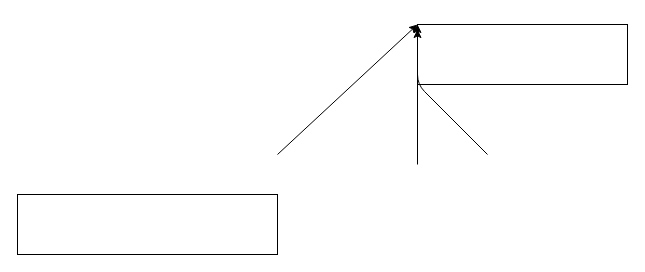
Earlier version of the draw.io diagram Enterhaken.drawio (AndreGrevinga/PrimaWS2019). Source tidied: cells renumbered, new cells numbered last; positions are measured from the earlier drawing's top-left corner, leaving out a move shared by most shapes. Both pictures are drawn from the tidied source at 100%, with x=0, y=0 at pixel (17, 24).
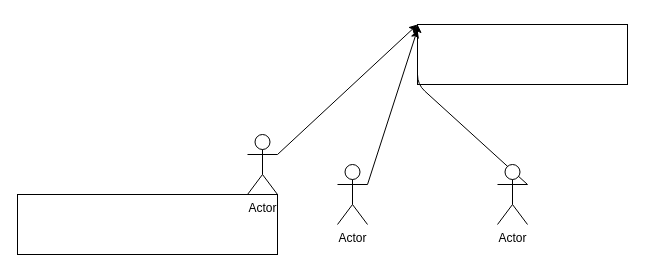
Above is the later version.

Change to the diagram source:
```diff
@@
 <mxGraphModel>
   <root>
     <mxCell id="0" />
     <mxCell id="1" parent="0" />
     <mxCell id="2" style="rounded=0;whiteSpace=wrap;html=1;" parent="1" vertex="1">
       <mxGeometry x="400" width="210" height="60" as="geometry" />
     </mxCell>
     <mxCell id="3" style="rounded=0;whiteSpace=wrap;html=1;" parent="1" vertex="1">
       <mxGeometry y="170" width="260" height="60" as="geometry" />
     </mxCell>
-    <mxCell id="4" style="endArrow=classic;html=1;" parent="1" edge="1">
+    <mxCell id="4" style="endArrow=classic;html=1;exitX=1;exitY=0.3333333333333333;exitDx=0;exitDy=0;exitPerimeter=0;" parent="1" edge="1" source="7">
       <mxGeometry relative="1" as="geometry">
-        <mxPoint x="260" y="130" as="sourcePoint" />
         <mxPoint x="400" as="targetPoint" />
       </mxGeometry>
     </mxCell>
-    <mxCell id="5" style="endArrow=classic;html=1;" parent="1" edge="1">
+    <mxCell id="5" style="endArrow=classic;html=1;exitX=1;exitY=0.3333333333333333;exitDx=0;exitDy=0;exitPerimeter=0;" parent="1" edge="1" source="8">
       <mxGeometry relative="1" as="geometry">
-        <mxPoint x="400" y="140" as="sourcePoint" />
         <mxPoint x="400" y="5" as="targetPoint" />
       </mxGeometry>
     </mxCell>
-    <mxCell id="6" style="endArrow=classic;html=1;" parent="1" edge="1">
+    <mxCell id="6" style="endArrow=classic;html=1;exitX=1;exitY=0.3333333333333333;exitDx=0;exitDy=0;exitPerimeter=0;" parent="1" edge="1" source="9">
       <mxGeometry relative="1" as="geometry">
-        <mxPoint x="470" y="130" as="sourcePoint" />
         <mxPoint x="400" as="targetPoint" />
         <Array as="points">
           <mxPoint x="400" y="60" />
         </Array>
       </mxGeometry>
     </mxCell>
+    <mxCell id="7" value="Actor" style="shape=umlActor;verticalLabelPosition=bottom;labelBackgroundColor=#ffffff;verticalAlign=top;html=1;outlineConnect=0;" parent="1" vertex="1">
+      <mxGeometry x="230" y="110" width="30" height="60" as="geometry" />
+    </mxCell>
+    <mxCell id="8" value="Actor" style="shape=umlActor;verticalLabelPosition=bottom;labelBackgroundColor=#ffffff;verticalAlign=top;html=1;outlineConnect=0;" parent="1" vertex="1">
+      <mxGeometry x="320" y="140" width="30" height="60" as="geometry" />
+    </mxCell>
+    <mxCell id="9" value="Actor" style="shape=umlActor;verticalLabelPosition=bottom;labelBackgroundColor=#ffffff;verticalAlign=top;html=1;outlineConnect=0;" parent="1" vertex="1">
+      <mxGeometry x="480" y="140" width="30" height="60" as="geometry" />
+    </mxCell>
   </root>
 </mxGraphModel>
```
